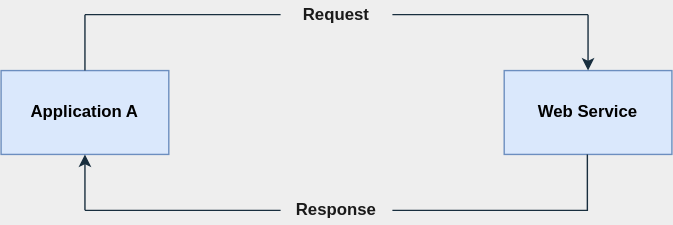
The draw.io diagram diagrams/web-service-communication.svg in droidark/rest-api, before a commit. Source tidied: cells renumbered, new cells last; positions are measured from the earlier drawing's top-left corner, leaving out a move shared by most shapes.
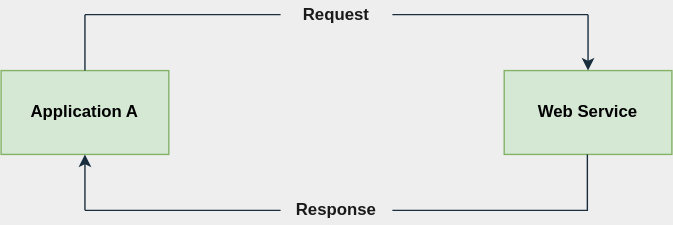
After the commit.

What changed in the source:
```diff
@@ -2,10 +2,10 @@
   <root>
     <mxCell id="0" />
     <mxCell id="1" parent="0" />
-    <mxCell id="2" value="Application A" style="rounded=0;whiteSpace=wrap;html=1;fillColor=#dae8fc;strokeColor=#6c8ebf;fontStyle=1;" parent="1" vertex="1">
+    <mxCell id="2" value="Application A" style="rounded=0;whiteSpace=wrap;html=1;fillColor=#d5e8d4;strokeColor=#82b366;fontStyle=1;" parent="1" vertex="1">
       <mxGeometry y="50" width="120" height="60" as="geometry" />
     </mxCell>
-    <mxCell id="3" value="Web Service" style="rounded=0;whiteSpace=wrap;html=1;fillColor=#dae8fc;strokeColor=#6c8ebf;fontStyle=1;" parent="1" vertex="1">
+    <mxCell id="3" value="Web Service" style="rounded=0;whiteSpace=wrap;html=1;fillColor=#d5e8d4;strokeColor=#82b366;fontStyle=1;" parent="1" vertex="1">
       <mxGeometry x="360" y="50" width="120" height="60" as="geometry" />
     </mxCell>
     <mxCell id="4" style="endArrow=classic;html=1;entryX=0.5;entryY=0;entryDx=0;entryDy=0;labelBackgroundColor=#EEEEEE;strokeColor=#182E3E;fontColor=#1A1A1A;" parent="1" edge="1" target="3">
```
